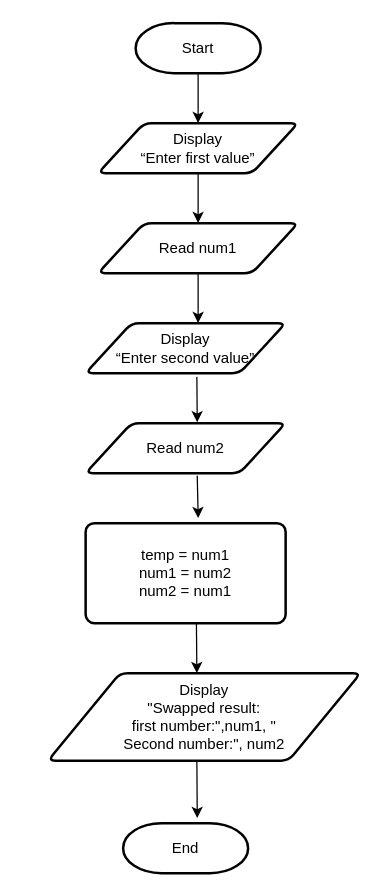
peiYueh/google-sheet-node keeps this draw.io diagram as page "Question 6" (6 of 9) of Untitled Diagram.drawio. Above is the earlier version. Source tidied: cells renumbered, new cells numbered last; positions are measured from the earlier drawing's top-left corner, leaving out a move shared by most shapes. Both pictures are drawn from the tidied source at 125%, with x=0, y=0 at pixel (48, 22).
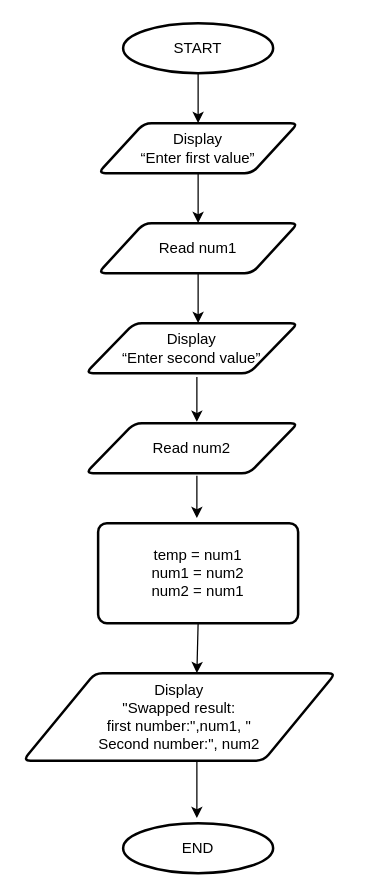
After the change.

Unchanged cells that the change refers to:
```xml
<mxCell id="3" value="Display&lt;br&gt;“Enter first value”" style="shape=parallelogram;html=1;strokeWidth=2;perimeter=parallelogramPerimeter;whiteSpace=wrap;rounded=1;arcSize=12;size=0.23;" parent="1" vertex="1">
  <mxGeometry x="40" y="80" width="160" height="40" as="geometry" />
</mxCell>
```

Change to the diagram source:
```diff
@@
     <mxCell id="5" value="temp = num1&lt;br&gt;num1 = num2&lt;br&gt;num2 = num1" style="rounded=1;whiteSpace=wrap;html=1;absoluteArcSize=1;arcSize=14;strokeWidth=2;" parent="1" vertex="1">
-      <mxGeometry x="30" y="400" width="160" height="80" as="geometry" />
+      <mxGeometry x="40" y="400" width="160" height="80" as="geometry" />
     </mxCell>
     <mxCell id="6" value="Display &lt;br&gt;&quot;Swapped result: &lt;br&gt;first number:&quot;,num1, &quot;&lt;br&gt;Second number:&quot;, num2" style="shape=parallelogram;html=1;strokeWidth=2;perimeter=parallelogramPerimeter;whiteSpace=wrap;rounded=1;arcSize=12;size=0.23;" parent="1" vertex="1">
-      <mxGeometry y="520" width="250" height="70" as="geometry" />
+      <mxGeometry x="-20" y="520" width="250" height="70" as="geometry" />
     </mxCell>
-    <mxCell id="7" value="End" style="strokeWidth=2;html=1;shape=mxgraph.flowchart.terminator;whiteSpace=wrap;" parent="1" vertex="1">
-      <mxGeometry x="60" y="640" width="100" height="40" as="geometry" />
-    </mxCell>
-    <mxCell id="8" value="Start" style="strokeWidth=2;html=1;shape=mxgraph.flowchart.terminator;whiteSpace=wrap;" parent="1" vertex="1">
-      <mxGeometry x="70" width="100" height="40" as="geometry" />
-    </mxCell>
-    <mxCell id="9" style="endArrow=classic;html=1;entryX=0.5;entryY=0;entryDx=0;entryDy=0;exitX=0.5;exitY=1;exitDx=0;exitDy=0;exitPerimeter=0;" parent="1" edge="1" source="8" target="3">
-      <mxGeometry relative="1" as="geometry" />
+    <mxCell id="9" style="endArrow=classic;html=1;entryX=0.5;entryY=0;entryDx=0;entryDy=0;exitX=0.5;exitY=1;exitDx=0;exitDy=0;exitPerimeter=0;" parent="1" edge="1" target="3">
+      <mxGeometry relative="1" as="geometry">
+        <mxPoint x="120" y="40" as="sourcePoint" />
+      </mxGeometry>
     </mxCell>
-    <mxCell id="10" style="edgeStyle=orthogonalEdgeStyle;rounded=0;jettySize=auto;html=1;entryX=0.558;entryY=-0.017;entryDx=0;entryDy=0;entryPerimeter=0;" parent="1" edge="1" target="12">
+    <mxCell id="10" style="edgeStyle=orthogonalEdgeStyle;rounded=0;orthogonalLoop=1;jettySize=auto;html=1;" parent="1" edge="1">
       <mxGeometry relative="1" as="geometry">
         <mxPoint x="119" y="283" as="sourcePoint" />
+        <mxPoint x="119" y="319" as="targetPoint" />
       </mxGeometry>
     </mxCell>
     <mxCell id="11" value="Display&lt;br&gt;“Enter second value”" style="shape=parallelogram;html=1;strokeWidth=2;perimeter=parallelogramPerimeter;whiteSpace=wrap;rounded=1;arcSize=12;size=0.23;" parent="1" vertex="1">
-      <mxGeometry x="30" y="240" width="160" height="40" as="geometry" />
+      <mxGeometry x="30" y="240" width="170" height="40" as="geometry" />
     </mxCell>
     <mxCell id="12" value="Read num2" style="shape=parallelogram;html=1;strokeWidth=2;perimeter=parallelogramPerimeter;whiteSpace=wrap;rounded=1;arcSize=12;size=0.23;" parent="1" vertex="1">
-      <mxGeometry x="30" y="320" width="160" height="40" as="geometry" />
+      <mxGeometry x="30" y="320" width="170" height="40" as="geometry" />
     </mxCell>
@@
-    <mxCell id="14" style="endArrow=classic;html=1;entryX=0.563;entryY=-0.05;entryDx=0;entryDy=0;entryPerimeter=0;exitX=0.558;exitY=1.05;exitDx=0;exitDy=0;exitPerimeter=0;" parent="1" edge="1" source="12" target="5">
-      <mxGeometry relative="1" as="geometry" />
+    <mxCell id="14" style="endArrow=classic;html=1;" parent="1" edge="1">
+      <mxGeometry relative="1" as="geometry">
+        <mxPoint x="119" y="362" as="sourcePoint" />
+        <mxPoint x="119" y="396" as="targetPoint" />
+      </mxGeometry>
     </mxCell>
-    <mxCell id="15" style="endArrow=classic;html=1;exitX=0.554;exitY=1.008;exitDx=0;exitDy=0;exitPerimeter=0;" parent="1" edge="1" source="5">
+    <mxCell id="15" style="endArrow=classic;html=1;exitX=0.5;exitY=1;exitDx=0;exitDy=0;" parent="1" edge="1" source="5">
       <mxGeometry relative="1" as="geometry">
         <mxPoint x="119" y="520" as="targetPoint" />
       </mxGeometry>
     </mxCell>
-    <mxCell id="16" style="endArrow=classic;html=1;entryX=0.593;entryY=-0.1;entryDx=0;entryDy=0;entryPerimeter=0;" parent="1" edge="1" target="7">
+    <mxCell id="16" style="endArrow=classic;html=1;" parent="1" edge="1">
       <mxGeometry relative="1" as="geometry">
         <mxPoint x="119" y="590" as="sourcePoint" />
+        <mxPoint x="119" y="636" as="targetPoint" />
       </mxGeometry>
     </mxCell>
+    <mxCell id="17" value="START" style="strokeWidth=2;html=1;shape=mxgraph.flowchart.start_1;whiteSpace=wrap;" parent="1" vertex="1">
+      <mxGeometry x="60" width="120" height="40" as="geometry" />
+    </mxCell>
+    <mxCell id="18" value="END" style="strokeWidth=2;html=1;shape=mxgraph.flowchart.start_1;whiteSpace=wrap;" parent="1" vertex="1">
+      <mxGeometry x="60" y="640" width="120" height="40" as="geometry" />
+    </mxCell>
```
